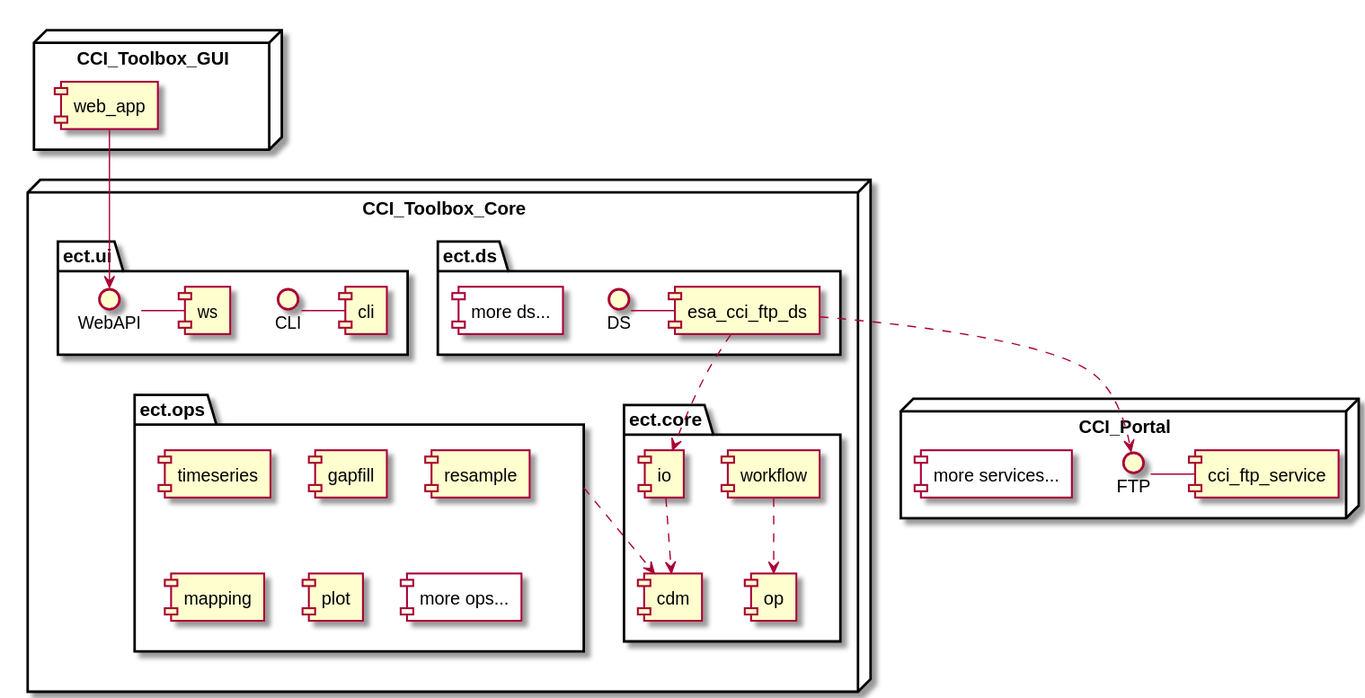
Earlier version of the PlantUML export doc/source/_static/uml/modules.svg (CCI-Tools/cate). Its source is kept beside it as doc/source/uml/modules.puml.
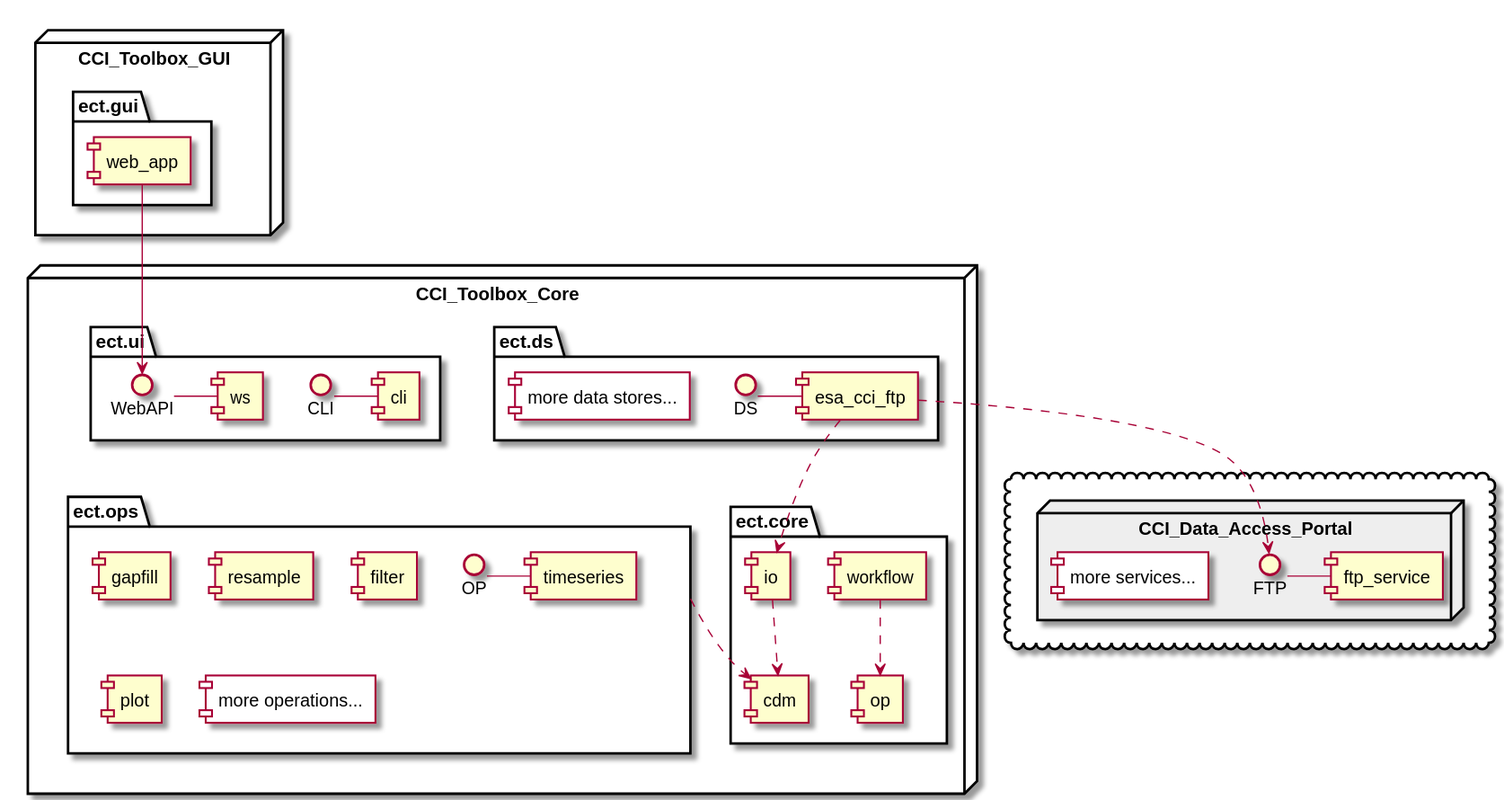
After the change.

Diff of the diagram source:
```diff
@@ -1,18 +1,19 @@
 @startuml
+
 
 node "CCI_Toolbox_Core" {
     package "ect.ds" {
-        DS - [esa_cci_ftp_ds]
-        [more ds...] #white
+        DS - [esa_cci_ftp]
+        [more data stores...] #white
     }
 
     package ect.ops {
-        [timeseries]
+        OP-[timeseries]
         [gapfill]
         [resample]
-        [mapping]
+        [filter]
         [plot]
-        [more ops...] #white
+        [more operations...] #white
     }
 
     package "ect.core" {
@@ -30,20 +31,23 @@
 }
 
 node "CCI_Toolbox_GUI" {
-    [web_app]
+    package "ect.gui" {
+        [web_app]
+    }
 }
 
-node "CCI_Portal" {
-    FTP - [cci_ftp_service]
+cloud {
+node "CCI_Data_Access_Portal" #eeeeee {
+    FTP - [ftp_service]
     [more services...] #white
 }
-
+}
 
 
 [io] ..> [cdm]
 [workflow] ..> [op]
-[esa_cci_ftp_ds] ..> FTP
-[esa_cci_ftp_ds] ..> io
+[esa_cci_ftp] ..> FTP
+[esa_cci_ftp] ..> io
 
 ect.ops .r.> [cdm]
 
```
